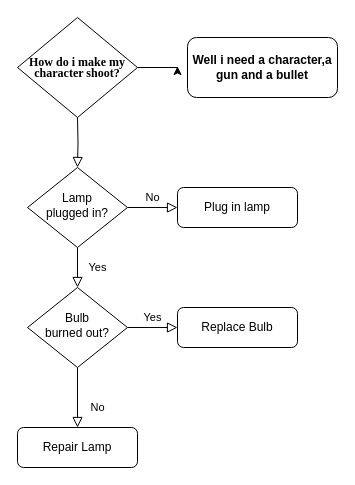
Above: Untitled Diagram.drawio in victorzch-dev/Victor-s (draw.io), before the change. Source tidied: cells renumbered, new cells numbered last; positions are measured from the earlier drawing's top-left corner, leaving out a move shared by most shapes. Both pictures are drawn from the tidied source at 100%, with x=0, y=0 at pixel (17, 17).
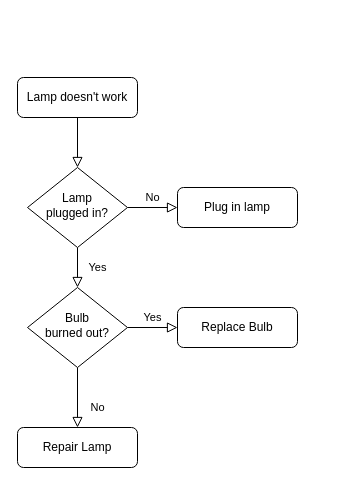
The same diagram, later.

The edit, as a diff of the source:
```diff
@@
 <mxGraphModel>
   <root>
     <mxCell id="0" />
     <mxCell id="1" parent="0" />
-    <mxCell id="2" style="rounded=0;html=1;jettySize=auto;fontSize=11;endArrow=block;endFill=0;endSize=8;strokeWidth=1;shadow=0;labelBackgroundColor=none;edgeStyle=orthogonalEdgeStyle;" parent="1" edge="1" target="5">
-      <mxGeometry relative="1" as="geometry">
-        <mxPoint x="60" y="100" as="sourcePoint" />
-      </mxGeometry>
+    <mxCell id="2" style="rounded=0;html=1;jettySize=auto;fontSize=11;endArrow=block;endFill=0;endSize=8;strokeWidth=1;shadow=0;labelBackgroundColor=none;edgeStyle=orthogonalEdgeStyle;" parent="1" edge="1" source="15" target="5">
+      <mxGeometry relative="1" as="geometry" />
     </mxCell>
+    <mxCell id="15" value="Lamp doesn't work" style="rounded=1;whiteSpace=wrap;html=1;fontSize=12;glass=0;strokeWidth=1;shadow=0;" parent="1" vertex="1">
+      <mxGeometry y="60" width="120" height="40" as="geometry" />
+    </mxCell>
     <mxCell id="3" value="Yes" style="rounded=0;html=1;jettySize=auto;fontSize=11;endArrow=block;endFill=0;endSize=8;strokeWidth=1;shadow=0;labelBackgroundColor=none;edgeStyle=orthogonalEdgeStyle;" parent="1" edge="1" source="5" target="9">
       <mxGeometry y="20" relative="1" as="geometry" />
     </mxCell>
     <mxCell id="4" value="No" style="edgeStyle=orthogonalEdgeStyle;rounded=0;html=1;jettySize=auto;fontSize=11;endArrow=block;endFill=0;endSize=8;strokeWidth=1;shadow=0;labelBackgroundColor=none;" parent="1" edge="1" source="5" target="6">
       <mxGeometry y="10" relative="1" as="geometry" />
     </mxCell>
     <mxCell id="5" value="Lamp&lt;br&gt;plugged in?" style="rhombus;whiteSpace=wrap;html=1;shadow=0;fontFamily=Helvetica;fontSize=12;align=center;strokeWidth=1;spacing=6;spacingTop=-4;" parent="1" vertex="1">
       <mxGeometry x="10" y="150" width="100" height="80" as="geometry" />
     </mxCell>
     <mxCell id="6" value="Plug in lamp" style="rounded=1;whiteSpace=wrap;html=1;fontSize=12;glass=0;strokeWidth=1;shadow=0;" parent="1" vertex="1">
       <mxGeometry x="160" y="170" width="120" height="40" as="geometry" />
     </mxCell>
     <mxCell id="7" value="No" style="rounded=0;html=1;jettySize=auto;fontSize=11;endArrow=block;endFill=0;endSize=8;strokeWidth=1;shadow=0;labelBackgroundColor=none;edgeStyle=orthogonalEdgeStyle;" parent="1" edge="1" source="9" target="10">
       <mxGeometry x="0.33" y="20" relative="1" as="geometry" />
     </mxCell>
     <mxCell id="8" value="Yes" style="edgeStyle=orthogonalEdgeStyle;rounded=0;html=1;jettySize=auto;fontSize=11;endArrow=block;endFill=0;endSize=8;strokeWidth=1;shadow=0;labelBackgroundColor=none;" parent="1" edge="1" source="9" target="11">
       <mxGeometry y="10" relative="1" as="geometry" />
     </mxCell>
     <mxCell id="9" value="Bulb&lt;br&gt;burned out?" style="rhombus;whiteSpace=wrap;html=1;shadow=0;fontFamily=Helvetica;fontSize=12;align=center;strokeWidth=1;spacing=6;spacingTop=-4;" parent="1" vertex="1">
       <mxGeometry x="10" y="270" width="100" height="80" as="geometry" />
     </mxCell>
     <mxCell id="10" value="Repair Lamp" style="rounded=1;whiteSpace=wrap;html=1;fontSize=12;glass=0;strokeWidth=1;shadow=0;" parent="1" vertex="1">
       <mxGeometry y="410" width="120" height="40" as="geometry" />
     </mxCell>
     <mxCell id="11" value="Replace Bulb" style="rounded=1;whiteSpace=wrap;html=1;fontSize=12;glass=0;strokeWidth=1;shadow=0;" parent="1" vertex="1">
       <mxGeometry x="160" y="290" width="120" height="40" as="geometry" />
     </mxCell>
-    <mxCell id="12" style="endArrow=classic;html=1;rounded=0;exitX=1;exitY=0.5;exitDx=0;exitDy=0;" parent="1" edge="1" source="13">
-      <mxGeometry relative="1" as="geometry">
-        <mxPoint x="160" y="49" as="targetPoint" />
-        <Array as="points">
-          <mxPoint x="160" y="50" />
-        </Array>
-      </mxGeometry>
-    </mxCell>
-    <mxCell id="13" value="&lt;p style=&quot;line-height: 90%;&quot;&gt;&lt;span style=&quot;font-family: &amp;quot;Times New Roman&amp;quot;; font-weight: 700;&quot;&gt;&lt;font style=&quot;font-size: 12px;&quot;&gt;How do i make my character shoot?&lt;/font&gt;&lt;/span&gt;&lt;/p&gt;" style="rhombus;whiteSpace=wrap;html=1;" parent="1" vertex="1">
-      <mxGeometry width="120" height="100" as="geometry" />
-    </mxCell>
-    <mxCell id="14" value="&lt;b&gt;Well i need a character,a gun and a bullet&lt;/b&gt;" style="rounded=1;whiteSpace=wrap;html=1;" parent="1" vertex="1">
-      <mxGeometry x="170" y="20" width="150" height="60" as="geometry" />
-    </mxCell>
   </root>
 </mxGraphModel>
```
